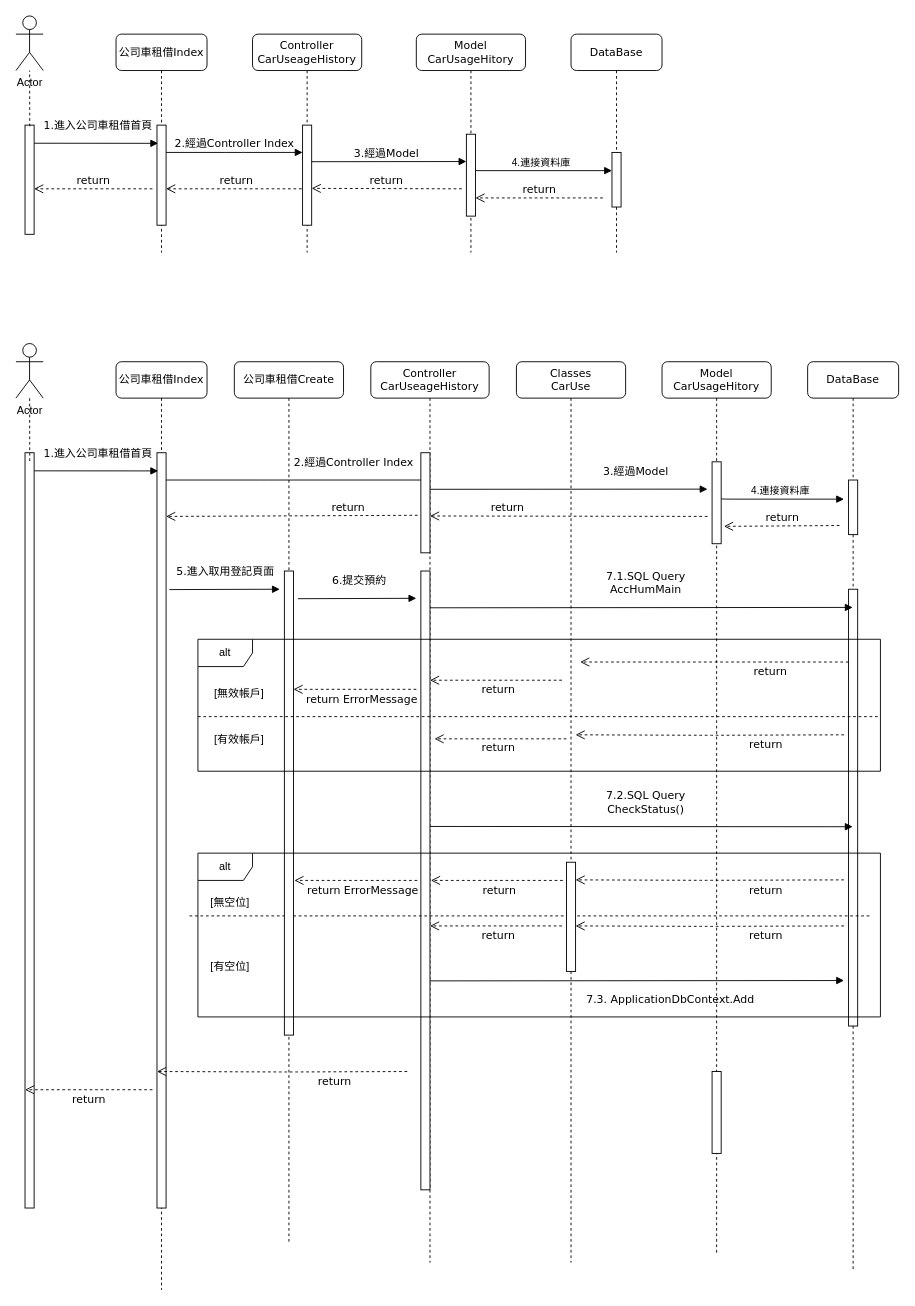
merosun/windows keeps this draw.io diagram as images/公司車租借循序圖.drawio. Above is the earlier version. Source tidied: cells renumbered, new cells numbered last; positions are measured from the earlier drawing's top-left corner, leaving out a move shared by most shapes. Both pictures are drawn from the tidied source at 91%, with x=0, y=0 at pixel (15, 15).
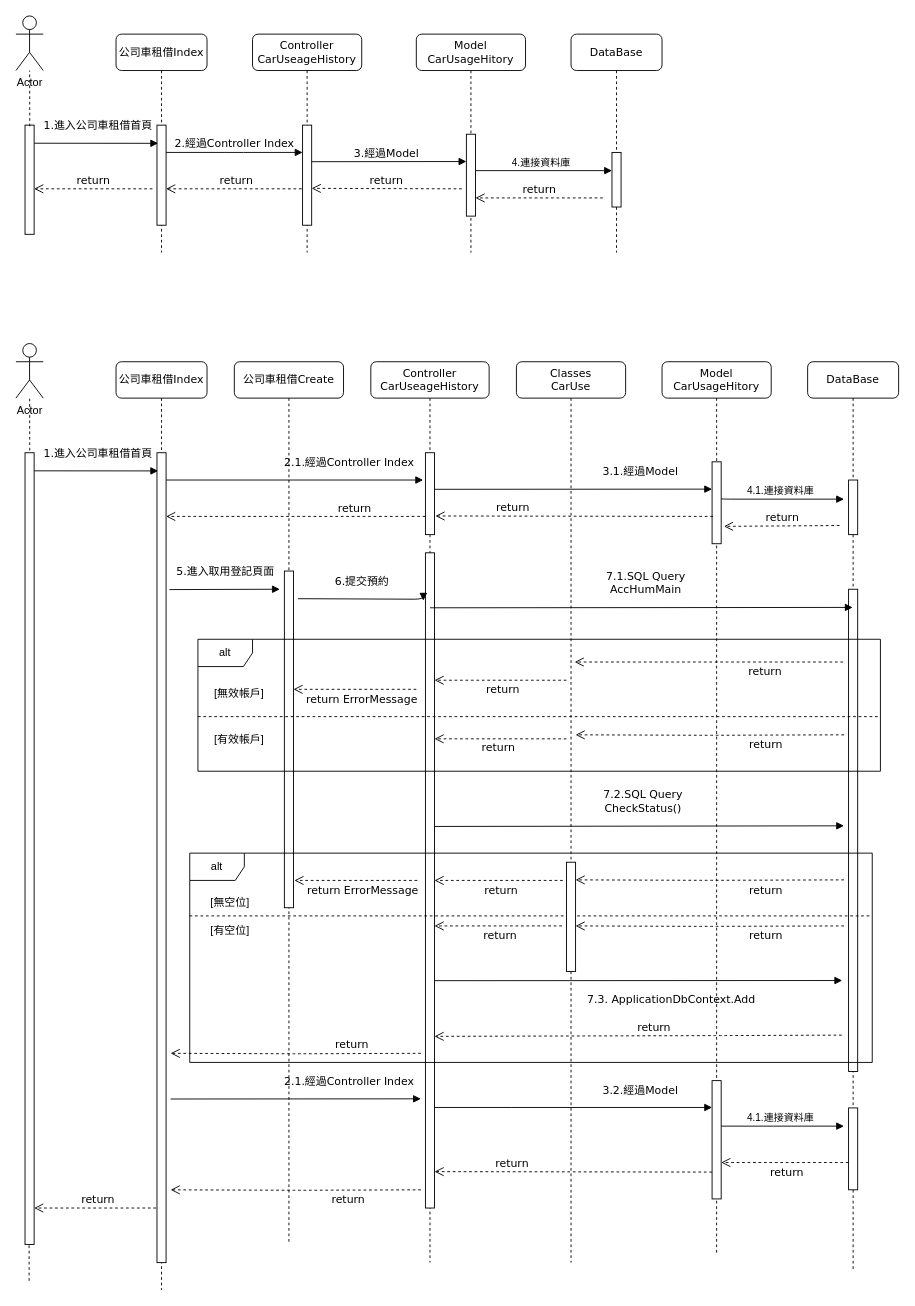
The same diagram, later.

Commit message (it also covers changes not shown here):
更新公司車租借循序圖.drawio

Unchanged cells that the change refers to:
```xml
<mxCell id="25" value="DataBase" style="shape=umlLifeline;perimeter=lifelinePerimeter;whiteSpace=wrap;html=1;outlineConnect=0;rounded=1;shadow=0;comic=0;labelBackgroundColor=none;strokeWidth=1;fontFamily=Verdana;fontSize=12;align=center;" parent="1" vertex="1">
  <mxGeometry x="870" y="380" width="100" height="1000" as="geometry" />
</mxCell>
<mxCell id="32" value="Model&lt;br&gt;CarUsageHitory" style="shape=umlLifeline;perimeter=lifelinePerimeter;whiteSpace=wrap;html=1;rounded=1;shadow=0;comic=0;labelBackgroundColor=none;strokeWidth=1;fontFamily=Verdana;fontSize=12;align=center;" parent="1" vertex="1">
  <mxGeometry x="710" y="380" width="120" height="980" as="geometry" />
</mxCell>
<mxCell id="33" style="html=1;verticalAlign=bottom;endArrow=block;labelBackgroundColor=none;fontFamily=Verdana;fontSize=12;edgeStyle=elbowEdgeStyle;elbow=vertical;exitX=0.9;exitY=0.237;exitDx=0;exitDy=0;exitPerimeter=0;" parent="32" edge="1">
  <mxGeometry relative="1" as="geometry">
    <mxPoint x="65" y="150" as="sourcePoint" />
    <mxPoint x="200" y="151" as="targetPoint" />
  </mxGeometry>
</mxCell>
<mxCell id="37" value="Controller&lt;br&gt;CarUseageHistory" style="shape=umlLifeline;perimeter=lifelinePerimeter;whiteSpace=wrap;html=1;outlineConnect=0;rounded=1;shadow=0;comic=0;labelBackgroundColor=none;strokeWidth=1;fontFamily=Verdana;fontSize=12;align=center;" parent="1" vertex="1">
  <mxGeometry x="390" y="380" width="130" height="990" as="geometry" />
</mxCell>
<mxCell id="41" value="公司車租借Create" style="shape=umlLifeline;perimeter=lifelinePerimeter;whiteSpace=wrap;html=1;rounded=1;shadow=0;comic=0;labelBackgroundColor=none;strokeWidth=1;fontFamily=Verdana;fontSize=12;align=center;" parent="1" vertex="1">
  <mxGeometry x="240" y="380" width="120" height="970" as="geometry" />
</mxCell>
<mxCell id="52" value="Classes&lt;br&gt;CarUse" style="shape=umlLifeline;perimeter=lifelinePerimeter;whiteSpace=wrap;html=1;rounded=1;shadow=0;comic=0;labelBackgroundColor=none;strokeWidth=1;fontFamily=Verdana;fontSize=12;align=center;" parent="1" vertex="1">
  <mxGeometry x="550" y="380" width="120" height="990" as="geometry" />
</mxCell>
```

Change to the diagram source:
```diff
@@
-    <mxCell id="21" value="公司車租借Index" style="shape=umlLifeline;perimeter=lifelinePerimeter;whiteSpace=wrap;html=1;rounded=1;shadow=0;comic=0;labelBackgroundColor=none;strokeWidth=1;fontFamily=Verdana;fontSize=12;align=center;" parent="1" vertex="1">
-      <mxGeometry x="110" y="380" width="100" height="1020" as="geometry" />
-    </mxCell>
-    <mxCell id="22" value="2.經過Controller Index" style="html=1;verticalAlign=bottom;endArrow=block;labelBackgroundColor=none;fontFamily=Verdana;fontSize=12;edgeStyle=elbowEdgeStyle;elbow=vertical;" parent="21" edge="1" target="37">
-      <mxGeometry x="0.42" y="10" relative="1" as="geometry">
-        <mxPoint x="55" y="130" as="sourcePoint" />
-      </mxGeometry>
-    </mxCell>
-    <mxCell id="23" value="return" style="html=1;verticalAlign=bottom;endArrow=open;dashed=1;endSize=8;labelBackgroundColor=none;fontFamily=Verdana;fontSize=12;exitX=-0.36;exitY=0.625;exitDx=0;exitDy=0;exitPerimeter=0;" parent="21" edge="1" source="38">
-      <mxGeometry x="-0.45" y="1" relative="1" as="geometry">
-        <mxPoint x="55" y="170" as="targetPoint" />
-      </mxGeometry>
-    </mxCell>
-    <mxCell id="24" style="html=1;perimeter=orthogonalPerimeter;rounded=0;shadow=0;comic=0;labelBackgroundColor=none;strokeWidth=1;fontFamily=Verdana;fontSize=12;align=center;" parent="21" vertex="1">
-      <mxGeometry x="45" y="100" width="10" height="830" as="geometry" />
-    </mxCell>
@@
     <mxCell id="28" style="html=1;perimeter=orthogonalPerimeter;rounded=0;shadow=0;comic=0;labelBackgroundColor=none;strokeColor=#000000;strokeWidth=1;fillColor=#FFFFFF;fontFamily=Verdana;fontSize=12;fontColor=#000000;align=center;" parent="25" vertex="1">
-      <mxGeometry x="45" y="250" width="10" height="480" as="geometry" />
+      <mxGeometry x="45" y="250" width="10" height="530" as="geometry" />
     </mxCell>
+    <mxCell id="73" style="html=1;perimeter=orthogonalPerimeter;rounded=0;shadow=0;comic=0;labelBackgroundColor=none;strokeWidth=1;fontFamily=Verdana;fontSize=12;align=center;" parent="25" vertex="1">
+      <mxGeometry x="45" y="820" width="10" height="90" as="geometry" />
+    </mxCell>
@@
-    <mxCell id="31" style="html=1;points=[];perimeter=orthogonalPerimeter;rounded=0;shadow=0;comic=0;labelBackgroundColor=none;strokeWidth=1;fontFamily=Verdana;fontSize=12;align=center;" parent="1" vertex="1">
-      <mxGeometry x="10" y="480" width="10" height="830" as="geometry" />
-    </mxCell>
@@
-    <mxCell id="34" value="4.連接資料庫" style="edgeLabel;html=1;align=center;verticalAlign=middle;" parent="33" vertex="1">
+    <mxCell id="34" value="4.1.連接資料庫" style="edgeLabel;html=1;align=center;verticalAlign=middle;" parent="33" vertex="1">
       <mxGeometry x="-0.05" y="2" relative="1" as="geometry">
         <mxPoint y="-8" as="offset" />
       </mxGeometry>
     </mxCell>
@@
+    <mxCell id="72" style="html=1;perimeter=orthogonalPerimeter;rounded=0;shadow=0;comic=0;labelBackgroundColor=none;strokeWidth=1;fontFamily=Verdana;fontSize=12;align=center;" parent="32" vertex="1">
+      <mxGeometry x="55" y="790" width="10" height="130" as="geometry" />
+    </mxCell>
+    <mxCell id="74" value="return" style="html=1;verticalAlign=bottom;endArrow=open;dashed=1;endSize=8;labelBackgroundColor=none;fontFamily=Verdana;fontSize=12;" parent="32" edge="1">
+      <mxGeometry x="-0.03" y="20" relative="1" as="geometry">
+        <mxPoint x="205" y="880" as="sourcePoint" />
+        <mxPoint x="65" y="880" as="targetPoint" />
+      </mxGeometry>
+    </mxCell>
+    <mxCell id="75" style="html=1;verticalAlign=bottom;endArrow=block;labelBackgroundColor=none;fontFamily=Verdana;fontSize=12;edgeStyle=elbowEdgeStyle;elbow=vertical;" parent="32" edge="1">
+      <mxGeometry relative="1" as="geometry">
+        <mxPoint x="65" y="840" as="sourcePoint" />
+        <mxPoint x="200" y="840" as="targetPoint" />
+      </mxGeometry>
+    </mxCell>
+    <mxCell id="76" value="4.1.連接資料庫" style="edgeLabel;html=1;align=center;verticalAlign=middle;" parent="75" vertex="1">
+      <mxGeometry x="-0.05" y="2" relative="1" as="geometry">
+        <mxPoint y="-8" as="offset" />
+      </mxGeometry>
+    </mxCell>
@@
+    <mxCell id="40" value="3.1.經過Model" style="html=1;verticalAlign=bottom;endArrow=block;labelBackgroundColor=none;fontFamily=Verdana;fontSize=12;edgeStyle=elbowEdgeStyle;elbow=vertical;exitX=1.121;exitY=0.358;exitDx=0;exitDy=0;exitPerimeter=0;" parent="37" edge="1">
+      <mxGeometry x="0.48" y="10" relative="1" as="geometry">
+        <mxPoint x="70" y="140.2" as="sourcePoint" />
+        <mxPoint x="375" y="140" as="targetPoint" />
+      </mxGeometry>
+    </mxCell>
     <mxCell id="38" style="html=1;points=[];perimeter=orthogonalPerimeter;rounded=0;shadow=0;comic=0;labelBackgroundColor=none;strokeWidth=1;fontFamily=Verdana;fontSize=12;align=center;" parent="37" vertex="1">
-      <mxGeometry x="55" y="100" width="10" height="110" as="geometry" />
+      <mxGeometry x="60" y="100" width="10" height="90" as="geometry" />
     </mxCell>
     <mxCell id="39" style="html=1;points=[];perimeter=orthogonalPerimeter;rounded=0;shadow=0;comic=0;labelBackgroundColor=none;strokeWidth=1;fontFamily=Verdana;fontSize=12;align=center;" parent="37" vertex="1">
-      <mxGeometry x="55" y="230" width="10" height="680" as="geometry" />
+      <mxGeometry x="60" y="210" width="10" height="720" as="geometry" />
     </mxCell>
-    <mxCell id="40" value="3.經過Model" style="html=1;verticalAlign=bottom;endArrow=block;labelBackgroundColor=none;fontFamily=Verdana;fontSize=12;edgeStyle=elbowEdgeStyle;elbow=vertical;exitX=1.121;exitY=0.358;exitDx=0;exitDy=0;exitPerimeter=0;" parent="37" edge="1">
-      <mxGeometry x="0.48" y="10" relative="1" as="geometry">
-        <mxPoint x="65" y="140.2" as="sourcePoint" />
-        <mxPoint x="370" y="140" as="targetPoint" />
-      </mxGeometry>
-    </mxCell>
+    <mxCell id="69" value="7.2.SQL Query&lt;br&gt;CheckStatus()" style="html=1;verticalAlign=bottom;endArrow=block;labelBackgroundColor=none;fontFamily=Verdana;fontSize=12;edgeStyle=elbowEdgeStyle;elbow=vertical;exitX=1.32;exitY=0.127;exitDx=0;exitDy=0;exitPerimeter=0;" parent="37" edge="1">
+      <mxGeometry x="0.02" y="10" relative="1" as="geometry">
+        <mxPoint x="70" y="510.7" as="sourcePoint" />
+        <mxPoint x="520" y="510" as="targetPoint" />
+        <Array as="points">
+          <mxPoint x="85" y="510" />
+        </Array>
+      </mxGeometry>
+    </mxCell>
@@
-    <mxCell id="42" value="return" style="html=1;verticalAlign=bottom;endArrow=open;dashed=1;endSize=8;labelBackgroundColor=none;fontFamily=Verdana;fontSize=12;" parent="41" edge="1">
-      <mxGeometry x="-0.42" y="20" relative="1" as="geometry">
-        <mxPoint x="190" y="780" as="sourcePoint" />
-        <mxPoint x="-85" y="780" as="targetPoint" />
-        <Array as="points">
-          <mxPoint x="60" y="780.5" />
-        </Array>
-      </mxGeometry>
-    </mxCell>
@@
-    <mxCell id="45" value="[有空位]" style="text;html=1;align=center;verticalAlign=middle;strokeColor=none;fillColor=none;" parent="41" vertex="1">
-      <mxGeometry x="-40" y="650" width="70" height="30" as="geometry" />
-    </mxCell>
     <mxCell id="46" value="return" style="html=1;verticalAlign=bottom;endArrow=open;dashed=1;endSize=8;labelBackgroundColor=none;fontFamily=Verdana;fontSize=12;" parent="41" edge="1">
       <mxGeometry x="-0.03" y="20" relative="1" as="geometry">
         <mxPoint x="361" y="570" as="sourcePoint" />
-        <mxPoint x="216" y="570" as="targetPoint" />
+        <mxPoint x="220" y="570" as="targetPoint" />
       </mxGeometry>
     </mxCell>
@@
     <mxCell id="48" value="return" style="html=1;verticalAlign=bottom;endArrow=open;dashed=1;endSize=8;labelBackgroundColor=none;fontFamily=Verdana;fontSize=12;" parent="41" edge="1">
       <mxGeometry x="-0.03" y="20" relative="1" as="geometry">
         <mxPoint x="360" y="620" as="sourcePoint" />
-        <mxPoint x="215" y="620" as="targetPoint" />
+        <mxPoint x="220" y="620" as="targetPoint" />
       </mxGeometry>
     </mxCell>
     <mxCell id="49" style="html=1;perimeter=orthogonalPerimeter;rounded=0;shadow=0;comic=0;labelBackgroundColor=none;strokeWidth=1;fontFamily=Verdana;fontSize=12;align=center;" parent="1" vertex="1">
-      <mxGeometry x="295" y="610" width="10" height="510" as="geometry" />
+      <mxGeometry x="295" y="610" width="10" height="370" as="geometry" />
     </mxCell>
@@
-    <mxCell id="51" value="6.提交預約" style="html=1;verticalAlign=bottom;endArrow=block;labelBackgroundColor=none;fontFamily=Verdana;fontSize=12;edgeStyle=elbowEdgeStyle;elbow=vertical;exitX=1.32;exitY=0.127;exitDx=0;exitDy=0;exitPerimeter=0;" parent="1" edge="1">
+    <mxCell id="51" value="6.提交預約" style="html=1;verticalAlign=bottom;endArrow=block;labelBackgroundColor=none;fontFamily=Verdana;fontSize=12;edgeStyle=elbowEdgeStyle;elbow=vertical;exitX=1.32;exitY=0.127;exitDx=0;exitDy=0;exitPerimeter=0;entryX=-0.233;entryY=0.073;entryDx=0;entryDy=0;entryPerimeter=0;" parent="1" edge="1" target="39">
       <mxGeometry x="0.02" y="10" relative="1" as="geometry">
         <mxPoint x="310" y="640.4" as="sourcePoint" />
-        <mxPoint x="440" y="640" as="targetPoint" />
       </mxGeometry>
     </mxCell>
@@
+    <mxCell id="77" value="return" style="html=1;verticalAlign=bottom;endArrow=open;dashed=1;endSize=8;labelBackgroundColor=none;fontFamily=Verdana;fontSize=12;" parent="52" edge="1">
+      <mxGeometry x="0.44" relative="1" as="geometry">
+        <mxPoint x="215" y="890.5" as="sourcePoint" />
+        <mxPoint x="-90" y="890" as="targetPoint" />
+      </mxGeometry>
+    </mxCell>
@@
     <mxCell id="56" value="return" style="html=1;verticalAlign=bottom;endArrow=open;dashed=1;endSize=8;labelBackgroundColor=none;fontFamily=Verdana;fontSize=12;" parent="1" edge="1">
       <mxGeometry x="0.44" relative="1" as="geometry">
-        <mxPoint x="760" y="550" as="sourcePoint" />
-        <mxPoint x="455" y="549.5" as="targetPoint" />
+        <mxPoint x="766" y="550" as="sourcePoint" />
+        <mxPoint x="461" y="549.5" as="targetPoint" />
       </mxGeometry>
     </mxCell>
@@
     <mxCell id="62" value="return" style="html=1;verticalAlign=bottom;endArrow=open;dashed=1;endSize=8;labelBackgroundColor=none;fontFamily=Verdana;fontSize=12;" parent="1" edge="1">
       <mxGeometry x="-0.42" y="20" relative="1" as="geometry">
-        <mxPoint x="915" y="710" as="sourcePoint" />
-        <mxPoint x="620" y="710" as="targetPoint" />
+        <mxPoint x="909" y="710" as="sourcePoint" />
+        <mxPoint x="614" y="710" as="targetPoint" />
       </mxGeometry>
     </mxCell>
     <mxCell id="63" value="return" style="html=1;verticalAlign=bottom;endArrow=open;dashed=1;endSize=8;labelBackgroundColor=none;fontFamily=Verdana;fontSize=12;" parent="1" edge="1">
       <mxGeometry x="-0.03" y="20" relative="1" as="geometry">
-        <mxPoint x="600" y="730" as="sourcePoint" />
-        <mxPoint x="455" y="730" as="targetPoint" />
+        <mxPoint x="605" y="730" as="sourcePoint" />
+        <mxPoint x="460" y="730" as="targetPoint" />
       </mxGeometry>
     </mxCell>
@@
-    <mxCell id="68" value="return" style="html=1;verticalAlign=bottom;endArrow=open;dashed=1;endSize=8;labelBackgroundColor=none;fontFamily=Verdana;fontSize=12;" parent="1" edge="1">
-      <mxGeometry y="20" relative="1" as="geometry">
-        <mxPoint x="150" y="1180" as="sourcePoint" />
-        <mxPoint x="10" y="1180" as="targetPoint" />
-      </mxGeometry>
-    </mxCell>
-    <mxCell id="69" value="7.2.SQL Query&lt;br&gt;CheckStatus()" style="html=1;verticalAlign=bottom;endArrow=block;labelBackgroundColor=none;fontFamily=Verdana;fontSize=12;edgeStyle=elbowEdgeStyle;elbow=vertical;exitX=1.32;exitY=0.127;exitDx=0;exitDy=0;exitPerimeter=0;" parent="1" edge="1" target="25">
-      <mxGeometry x="0.02" y="10" relative="1" as="geometry">
-        <mxPoint x="455" y="890.7" as="sourcePoint" />
-      </mxGeometry>
-    </mxCell>
     <mxCell id="70" value="alt" style="shape=umlFrame;whiteSpace=wrap;html=1;" parent="1" vertex="1">
-      <mxGeometry x="200" y="920" width="750" height="180" as="geometry" />
+      <mxGeometry x="191" y="920" width="750" height="230" as="geometry" />
     </mxCell>
-    <mxCell id="71" value="7.3. ApplicationDbContext.Add" style="html=1;verticalAlign=bottom;endArrow=block;labelBackgroundColor=none;fontFamily=Verdana;fontSize=12;edgeStyle=elbowEdgeStyle;elbow=vertical;exitX=1.32;exitY=0.127;exitDx=0;exitDy=0;exitPerimeter=0;" parent="1" edge="1">
+    <mxCell id="71" value="7.3. ApplicationDbContext.Add" style="html=1;verticalAlign=bottom;endArrow=block;labelBackgroundColor=none;fontFamily=Verdana;fontSize=12;edgeStyle=elbowEdgeStyle;elbow=vertical;exitX=0.994;exitY=0.653;exitDx=0;exitDy=0;exitPerimeter=0;" parent="1" edge="1" source="39">
       <mxGeometry x="0.16" y="-30" relative="1" as="geometry">
-        <mxPoint x="455" y="1060.4" as="sourcePoint" />
-        <mxPoint x="910" y="1060" as="targetPoint" />
+        <mxPoint x="908" y="1060" as="targetPoint" />
       </mxGeometry>
     </mxCell>
-    <mxCell id="72" style="html=1;perimeter=orthogonalPerimeter;rounded=0;shadow=0;comic=0;labelBackgroundColor=none;strokeWidth=1;fontFamily=Verdana;fontSize=12;align=center;" parent="1" vertex="1">
-      <mxGeometry x="765" y="1160" width="10" height="90" as="geometry" />
-    </mxCell>
+    <mxCell id="21" value="公司車租借Index" style="shape=umlLifeline;perimeter=lifelinePerimeter;whiteSpace=wrap;html=1;rounded=1;shadow=0;comic=0;labelBackgroundColor=none;strokeWidth=1;fontFamily=Verdana;fontSize=12;align=center;" parent="1" vertex="1">
+      <mxGeometry x="110" y="380" width="100" height="1020" as="geometry" />
+    </mxCell>
+    <mxCell id="22" value="2.1.經過Controller Index" style="html=1;verticalAlign=bottom;endArrow=block;labelBackgroundColor=none;fontFamily=Verdana;fontSize=12;edgeStyle=elbowEdgeStyle;elbow=vertical;entryX=-0.253;entryY=0.333;entryDx=0;entryDy=0;entryPerimeter=0;" parent="21" edge="1" target="38">
+      <mxGeometry x="0.42" y="10" relative="1" as="geometry">
+        <mxPoint x="55" y="130" as="sourcePoint" />
+      </mxGeometry>
+    </mxCell>
+    <mxCell id="23" value="return" style="html=1;verticalAlign=bottom;endArrow=open;dashed=1;endSize=8;labelBackgroundColor=none;fontFamily=Verdana;fontSize=12;" parent="21" edge="1">
+      <mxGeometry x="-0.45" y="1" relative="1" as="geometry">
+        <mxPoint x="340" y="170" as="sourcePoint" />
+        <mxPoint x="55" y="170" as="targetPoint" />
+      </mxGeometry>
+    </mxCell>
+    <mxCell id="68" value="return" style="html=1;verticalAlign=bottom;endArrow=open;dashed=1;endSize=8;labelBackgroundColor=none;fontFamily=Verdana;fontSize=12;" parent="21" edge="1">
+      <mxGeometry relative="1" as="geometry">
+        <mxPoint x="50" y="930" as="sourcePoint" />
+        <mxPoint x="-90" y="930" as="targetPoint" />
+      </mxGeometry>
+    </mxCell>
+    <mxCell id="24" style="html=1;perimeter=orthogonalPerimeter;rounded=0;shadow=0;comic=0;labelBackgroundColor=none;strokeWidth=1;fontFamily=Verdana;fontSize=12;align=center;" parent="21" vertex="1">
+      <mxGeometry x="45" y="100" width="10" height="890" as="geometry" />
+    </mxCell>
+    <mxCell id="78" value="3.2.經過Model" style="html=1;verticalAlign=bottom;endArrow=block;labelBackgroundColor=none;fontFamily=Verdana;fontSize=12;edgeStyle=elbowEdgeStyle;elbow=vertical;" parent="1" edge="1">
+      <mxGeometry x="0.48" y="10" relative="1" as="geometry">
+        <mxPoint x="459.7" y="1199.5" as="sourcePoint" />
+        <mxPoint x="765" y="1199.5" as="targetPoint" />
+        <Array as="points">
+          <mxPoint x="555" y="1199.5" />
+          <mxPoint x="565" y="1269.5" />
+        </Array>
+      </mxGeometry>
+    </mxCell>
+    <mxCell id="42" value="return" style="html=1;verticalAlign=bottom;endArrow=open;dashed=1;endSize=8;labelBackgroundColor=none;fontFamily=Verdana;fontSize=12;" parent="1" edge="1">
+      <mxGeometry x="-0.42" y="20" relative="1" as="geometry">
+        <mxPoint x="445" y="1290" as="sourcePoint" />
+        <mxPoint x="170" y="1290" as="targetPoint" />
+        <Array as="points">
+          <mxPoint x="315" y="1290.5" />
+        </Array>
+      </mxGeometry>
+    </mxCell>
+    <mxCell id="79" value="2.1.經過Controller Index" style="html=1;verticalAlign=bottom;endArrow=block;labelBackgroundColor=none;fontFamily=Verdana;fontSize=12;edgeStyle=elbowEdgeStyle;elbow=vertical;" parent="1" edge="1">
+      <mxGeometry x="0.42" y="10" relative="1" as="geometry">
+        <mxPoint x="170" y="1190.2" as="sourcePoint" />
+        <mxPoint x="445" y="1190.2" as="targetPoint" />
+      </mxGeometry>
+    </mxCell>
+    <mxCell id="80" value="return" style="html=1;verticalAlign=bottom;endArrow=open;dashed=1;endSize=8;labelBackgroundColor=none;fontFamily=Verdana;fontSize=12;" parent="1" edge="1">
+      <mxGeometry x="-0.45" relative="1" as="geometry">
+        <mxPoint x="445" y="1140" as="sourcePoint" />
+        <mxPoint x="170" y="1140" as="targetPoint" />
+        <Array as="points">
+          <mxPoint x="315" y="1140.5" />
+        </Array>
+      </mxGeometry>
+    </mxCell>
+    <mxCell id="81" value="return" style="html=1;verticalAlign=bottom;endArrow=open;dashed=1;endSize=8;labelBackgroundColor=none;fontFamily=Verdana;fontSize=12;entryX=1;entryY=0.738;entryDx=0;entryDy=0;entryPerimeter=0;" parent="1" edge="1" target="39">
+      <mxGeometry x="-0.08" relative="1" as="geometry">
+        <mxPoint x="907.5" y="1120" as="sourcePoint" />
+        <Array as="points">
+          <mxPoint x="777.5" y="1120.5" />
+        </Array>
+        <mxPoint x="-1" as="offset" />
+      </mxGeometry>
+    </mxCell>
+    <mxCell id="45" value="[有空位]" style="text;html=1;align=center;verticalAlign=middle;strokeColor=none;fillColor=none;" parent="1" vertex="1">
+      <mxGeometry x="200" y="990" width="70" height="30" as="geometry" />
+    </mxCell>
+    <mxCell id="82" style="endArrow=none;dashed=1;html=1;rounded=0;exitX=0.52;exitY=0.011;exitDx=0;exitDy=0;exitPerimeter=0;" parent="1" edge="1">
+      <mxGeometry relative="1" as="geometry">
+        <mxPoint x="14.5" y="1390" as="sourcePoint" />
+        <mxPoint x="14.5" y="1320" as="targetPoint" />
+      </mxGeometry>
+    </mxCell>
+    <mxCell id="31" style="html=1;points=[];perimeter=orthogonalPerimeter;rounded=0;shadow=0;comic=0;labelBackgroundColor=none;strokeWidth=1;fontFamily=Verdana;fontSize=12;align=center;" parent="1" vertex="1">
+      <mxGeometry x="10" y="480" width="10" height="870" as="geometry" />
+    </mxCell>
```
